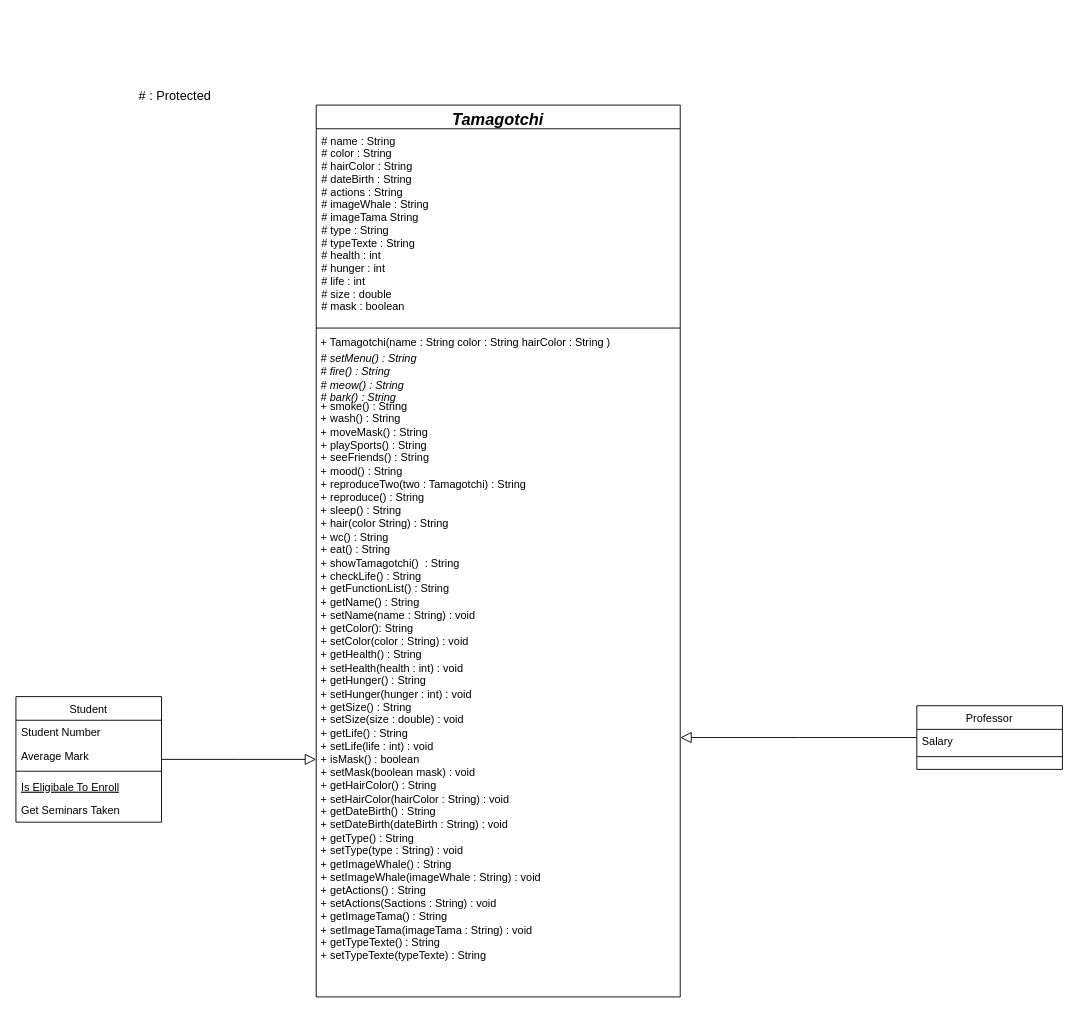
Before: Diagramme de class.drawio in Michel-Cavaud/TamamgotchiV2, a draw.io diagram. Source tidied: cells renumbered, new cells numbered last; positions are measured from the earlier drawing's top-left corner, leaving out a move shared by most shapes. Both pictures are drawn from the tidied source at 91%, with x=0, y=0 at pixel (15, 86).
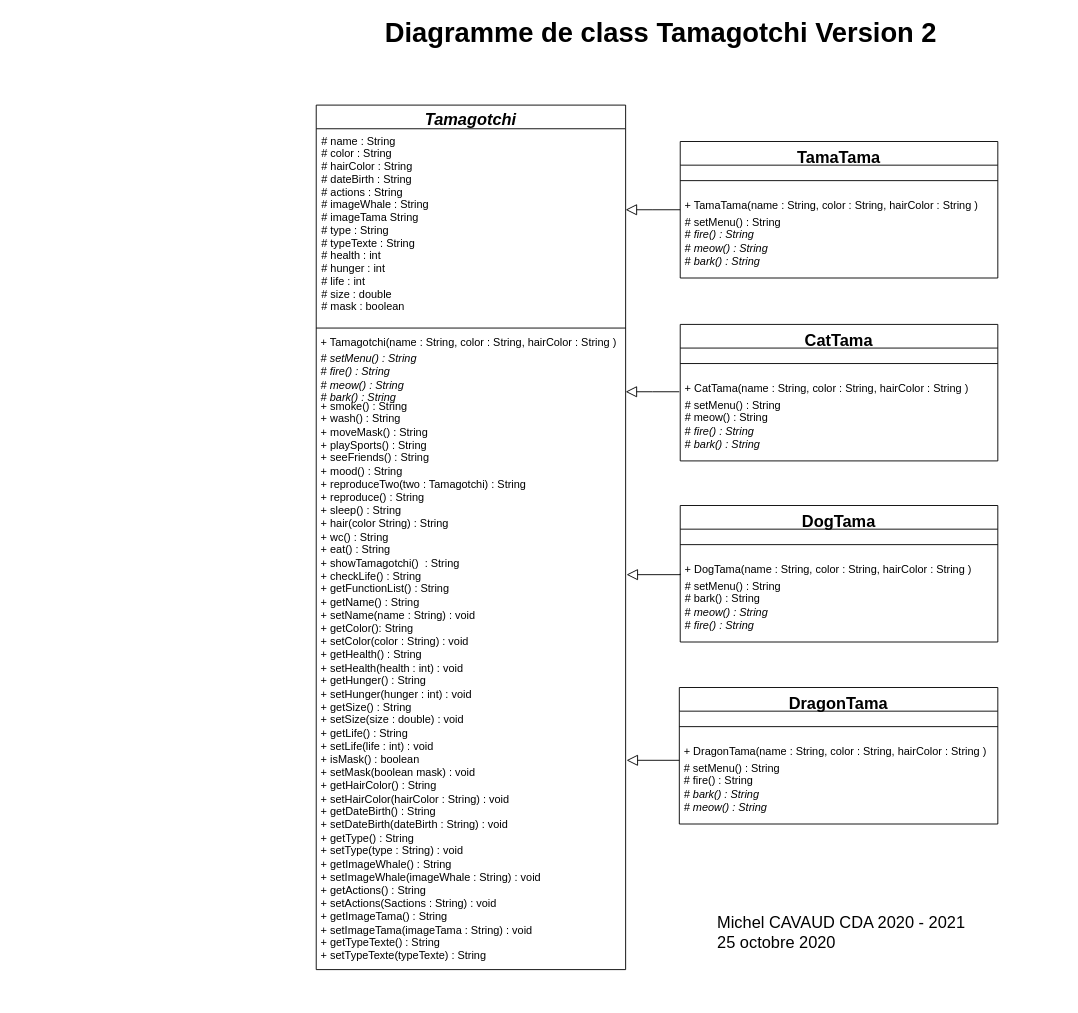
After the change.

Commit message:
1st full version of the class diagram

Diff of the diagram source:
```diff
@@
     <mxCell id="2" value="Tamagotchi" style="swimlane;fontStyle=3;align=center;verticalAlign=top;horizontal=1;startSize=26;rounded=0;shadow=0;strokeWidth=1;fontSize=18;spacing=0;" parent="1" vertex="1">
-      <mxGeometry x="330" y="20" width="400" height="980" as="geometry" />
+      <mxGeometry x="330" y="20" width="340" height="950" as="geometry" />
     </mxCell>
     <mxCell id="3" value="# name : String&#10;# color : String&#10;# hairColor : String&#10;# dateBirth : String&#10;# actions : String&#10;# imageWhale : String&#10;# imageTama String&#10;# type : String&#10;# typeTexte : String&#10;# health : int&#10;# hunger : int&#10;# life : int&#10;# size : double&#10;# mask : boolean" style="text;align=left;verticalAlign=top;spacingLeft=4;spacingRight=4;overflow=hidden;" parent="2" vertex="1">
-      <mxGeometry y="26" width="400" height="214" as="geometry" />
+      <mxGeometry y="26" width="340" height="214" as="geometry" />
     </mxCell>
     <mxCell id="4" style="line;html=1;strokeWidth=1;align=left;verticalAlign=middle;spacingTop=-1;spacingLeft=3;spacingRight=3;labelPosition=right;" parent="2" vertex="1">
-      <mxGeometry y="240" width="400" height="10" as="geometry" />
+      <mxGeometry y="240" width="340" height="10" as="geometry" />
     </mxCell>
-    <mxCell id="5" value="&lt;span style=&quot;font-size: 12px ; text-align: center&quot;&gt;&amp;nbsp;+ Tamagotchi(name : String&amp;nbsp;&lt;/span&gt;&lt;span style=&quot;font-size: 12px ; text-align: center&quot;&gt;color : String&amp;nbsp;&lt;/span&gt;&lt;span style=&quot;font-size: 12px ; text-align: center&quot;&gt;hairColor : String&amp;nbsp;&lt;/span&gt;&lt;span style=&quot;font-size: 12px ; text-align: center&quot;&gt;)&amp;nbsp;&lt;/span&gt;" style="text;html=1;strokeColor=none;fillColor=none;align=left;verticalAlign=middle;whiteSpace=wrap;rounded=0;fontSize=14;" parent="2" vertex="1">
-      <mxGeometry y="250" width="400" height="20" as="geometry" />
+    <mxCell id="5" value="&lt;span style=&quot;font-size: 12px ; text-align: center&quot;&gt;&amp;nbsp;+ Tamagotchi(name : String,&amp;nbsp;&lt;/span&gt;&lt;span style=&quot;font-size: 12px ; text-align: center&quot;&gt;color : String,&amp;nbsp;&lt;/span&gt;&lt;span style=&quot;font-size: 12px ; text-align: center&quot;&gt;hairColor : String&amp;nbsp;&lt;/span&gt;&lt;span style=&quot;font-size: 12px ; text-align: center&quot;&gt;)&amp;nbsp;&lt;/span&gt;" style="text;html=1;strokeColor=none;fillColor=none;align=left;verticalAlign=middle;whiteSpace=wrap;rounded=0;fontSize=14;" parent="2" vertex="1">
+      <mxGeometry y="250" width="340" height="20" as="geometry" />
     </mxCell>
     <mxCell id="6" value="&lt;div style=&quot;font-size: 12px&quot;&gt;&lt;i&gt;&amp;nbsp;# setMenu() : String&amp;nbsp;&lt;/i&gt;&lt;/div&gt;&lt;div style=&quot;font-size: 12px&quot;&gt;&lt;i&gt;&amp;nbsp;# fire() : String&lt;/i&gt;&lt;/div&gt;&lt;div style=&quot;font-size: 12px&quot;&gt;&lt;i&gt;&amp;nbsp;# meow() : String&lt;/i&gt;&lt;/div&gt;&lt;div style=&quot;font-size: 12px&quot;&gt;&lt;i&gt;&amp;nbsp;# bark() : String&lt;/i&gt;&lt;/div&gt;" style="text;html=1;strokeColor=none;fillColor=none;align=left;verticalAlign=middle;whiteSpace=wrap;rounded=0;fontSize=12;" parent="2" vertex="1">
-      <mxGeometry y="270" width="400" height="60" as="geometry" />
+      <mxGeometry y="270" width="340" height="60" as="geometry" />
     </mxCell>
     <mxCell id="7" value="&amp;nbsp;+&amp;nbsp;smoke() : String&lt;br&gt;&amp;nbsp;+&amp;nbsp;wash() : String&lt;br&gt;&amp;nbsp;+&amp;nbsp;moveMask() : String&lt;br&gt;&amp;nbsp;+&amp;nbsp;playSports() : String&lt;br&gt;&amp;nbsp;+&amp;nbsp;seeFriends() : String&lt;br&gt;&amp;nbsp;+&amp;nbsp;mood() : String&lt;br&gt;&amp;nbsp;+&amp;nbsp;reproduceTwo(two : Tamagotchi) : String&lt;br&gt;&amp;nbsp;+&amp;nbsp;reproduce() : String&lt;br&gt;&amp;nbsp;+&amp;nbsp;sleep() : String&lt;br&gt;&amp;nbsp;+&amp;nbsp;hair(color String) : String&lt;br&gt;&amp;nbsp;+&amp;nbsp;wc() : String&lt;br&gt;&amp;nbsp;+&amp;nbsp;eat() : String&lt;br&gt;&amp;nbsp;+&amp;nbsp;showTamagotchi()&amp;nbsp; : String&lt;br&gt;&amp;nbsp;+&amp;nbsp;checkLife() : String&lt;br&gt;&amp;nbsp;+&amp;nbsp;getFunctionList() : String&lt;br&gt;&amp;nbsp;+&amp;nbsp;getName() : String&lt;br&gt;&amp;nbsp;+&amp;nbsp;setName(name : String) : void&lt;br&gt;&amp;nbsp;+&amp;nbsp;getColor(): String&lt;br&gt;&amp;nbsp;+&amp;nbsp;setColor(color : String) : void&amp;nbsp;&lt;br&gt;&amp;nbsp;+&amp;nbsp;getHealth() : String&lt;br&gt;&amp;nbsp;+&amp;nbsp;setHealth(health : int) : void&lt;br&gt;&amp;nbsp;+&amp;nbsp;getHunger() : String&lt;br&gt;&amp;nbsp;+&amp;nbsp;setHunger(hunger : int) : void&lt;br&gt;&amp;nbsp;+&amp;nbsp;getSize() : String&lt;br&gt;&amp;nbsp;+&amp;nbsp;setSize(size : double) : void&lt;br&gt;&amp;nbsp;+&amp;nbsp;getLife() : String&lt;br&gt;&amp;nbsp;+&amp;nbsp;setLife(life : int) : void&lt;br&gt;&amp;nbsp;+&amp;nbsp;isMask() : boolean&lt;br&gt;&amp;nbsp;+&amp;nbsp;setMask(boolean mask) : void&lt;br&gt;&amp;nbsp;+&amp;nbsp;getHairColor() : String&lt;br&gt;&amp;nbsp;+ setHairColor(hairColor : String) : void&lt;br&gt;&amp;nbsp;+&amp;nbsp;getDateBirth() : String&lt;br&gt;&amp;nbsp;+&amp;nbsp;setDateBirth(dateBirth : String) : void&lt;br&gt;&amp;nbsp;+&amp;nbsp;getType() : String&lt;br&gt;&amp;nbsp;+&amp;nbsp;setType(type : String) : void&lt;br&gt;&amp;nbsp;+&amp;nbsp;getImageWhale() : String&lt;br&gt;&amp;nbsp;+&amp;nbsp;setImageWhale(imageWhale : String) : void&lt;br&gt;&amp;nbsp;+&amp;nbsp;getActions() : String&lt;br&gt;&amp;nbsp;+&amp;nbsp;setActions(Sactions : String) : void&lt;br&gt;&amp;nbsp;+&amp;nbsp;getImageTama() : String&lt;br&gt;&amp;nbsp;+&amp;nbsp;setImageTama(imageTama : String) : void&lt;br&gt;&amp;nbsp;+&amp;nbsp;getTypeTexte() : String&lt;br&gt;&amp;nbsp;+&amp;nbsp;setTypeTexte(typeTexte) : String&lt;br&gt;&amp;nbsp;" style="text;html=1;strokeColor=none;fillColor=none;align=left;verticalAlign=middle;whiteSpace=wrap;rounded=0;fontSize=12;" parent="2" vertex="1">
-      <mxGeometry y="330" width="400" height="620" as="geometry" />
+      <mxGeometry y="330" width="340" height="620" as="geometry" />
     </mxCell>
-    <mxCell id="8" value="Student" style="swimlane;fontStyle=0;align=center;verticalAlign=top;horizontal=1;startSize=26;rounded=0;shadow=0;strokeWidth=1;" parent="1" vertex="1">
-      <mxGeometry y="670" width="160" height="138" as="geometry" />
-    </mxCell>
-    <mxCell id="9" value="Student Number" style="text;align=left;verticalAlign=top;spacingLeft=4;spacingRight=4;overflow=hidden;" parent="8" vertex="1">
-      <mxGeometry y="26" width="160" height="26" as="geometry" />
-    </mxCell>
-    <mxCell id="10" value="Average Mark" style="text;align=left;verticalAlign=top;spacingLeft=4;spacingRight=4;overflow=hidden;rounded=0;shadow=0;html=0;" parent="8" vertex="1">
-      <mxGeometry y="52" width="160" height="26" as="geometry" />
-    </mxCell>
-    <mxCell id="11" style="line;html=1;strokeWidth=1;align=left;verticalAlign=middle;spacingTop=-1;spacingLeft=3;spacingRight=3;labelPosition=right;" parent="8" vertex="1">
-      <mxGeometry y="78" width="160" height="8" as="geometry" />
-    </mxCell>
-    <mxCell id="12" value="Is Eligibale To Enroll" style="text;align=left;verticalAlign=top;spacingLeft=4;spacingRight=4;overflow=hidden;fontStyle=4;" parent="8" vertex="1">
-      <mxGeometry y="86" width="160" height="26" as="geometry" />
-    </mxCell>
-    <mxCell id="13" value="Get Seminars Taken" style="text;align=left;verticalAlign=top;spacingLeft=4;spacingRight=4;overflow=hidden;" parent="8" vertex="1">
-      <mxGeometry y="112" width="160" height="26" as="geometry" />
-    </mxCell>
-    <mxCell id="14" style="endArrow=block;endSize=10;endFill=0;shadow=0;strokeWidth=1;rounded=0;edgeStyle=elbowEdgeStyle;elbow=vertical;" parent="1" edge="1" source="8" target="2">
-      <mxGeometry relative="1" as="geometry" />
-    </mxCell>
+    <mxCell id="20" style="group;" parent="1" vertex="1">
+      <mxGeometry x="729" y="261" width="350" height="150" as="geometry" />
+    </mxCell>
+    <mxCell id="21" value="CatTama" style="swimlane;fontStyle=1;align=center;verticalAlign=top;horizontal=1;startSize=26;rounded=0;shadow=0;strokeWidth=1;fontSize=18;" parent="20" vertex="1">
+      <mxGeometry x="1" width="349" height="150" as="geometry" />
+    </mxCell>
+    <mxCell id="22" style="line;html=1;strokeWidth=1;align=left;verticalAlign=middle;spacingTop=-1;spacingLeft=3;spacingRight=3;labelPosition=right;" parent="21" vertex="1">
+      <mxGeometry y="26" width="349" height="34" as="geometry" />
+    </mxCell>
+    <mxCell id="23" value="&lt;span style=&quot;font-size: 12px ; text-align: center&quot;&gt;&amp;nbsp;+ CatTama(name : String,&amp;nbsp;&lt;/span&gt;&lt;span style=&quot;font-size: 12px ; text-align: center&quot;&gt;color : String,&amp;nbsp;&lt;/span&gt;&lt;span style=&quot;font-size: 12px ; text-align: center&quot;&gt;hairColor : String&amp;nbsp;&lt;/span&gt;&lt;span style=&quot;font-size: 12px ; text-align: center&quot;&gt;)&amp;nbsp;&lt;/span&gt;" style="text;html=1;strokeColor=none;fillColor=none;align=left;verticalAlign=middle;whiteSpace=wrap;rounded=0;fontSize=14;" parent="21" vertex="1">
+      <mxGeometry y="60" width="349" height="20" as="geometry" />
+    </mxCell>
+    <mxCell id="24" value="&lt;div style=&quot;font-size: 12px&quot;&gt;&lt;i&gt;&amp;nbsp;&lt;/i&gt;# setMenu() : String&lt;/div&gt;&lt;i&gt;&amp;nbsp;&lt;/i&gt;# meow() : String&lt;div style=&quot;font-size: 12px&quot;&gt;&lt;i&gt;&amp;nbsp;# fire() : String&lt;/i&gt;&lt;br&gt;&lt;/div&gt;&lt;div style=&quot;font-size: 12px&quot;&gt;&lt;i&gt;&amp;nbsp;# bark() : String&lt;/i&gt;&lt;br&gt;&lt;/div&gt;" style="text;html=1;strokeColor=none;fillColor=none;align=left;verticalAlign=middle;whiteSpace=wrap;rounded=0;fontSize=12;" parent="21" vertex="1">
+      <mxGeometry y="80" width="349" height="60" as="geometry" />
+    </mxCell>
+    <mxCell id="25" style="endArrow=block;endSize=10;endFill=0;shadow=0;strokeWidth=1;rounded=0;edgeStyle=elbowEdgeStyle;elbow=vertical;entryX=1;entryY=0.75;entryDx=0;entryDy=0;" parent="20" edge="1" target="6">
+      <mxGeometry relative="1" as="geometry">
+        <mxPoint y="74" as="sourcePoint" />
+      </mxGeometry>
+    </mxCell>
+    <mxCell id="26" style="group;" parent="1" vertex="1">
+      <mxGeometry x="730" y="460" width="349" height="150" as="geometry" />
+    </mxCell>
+    <mxCell id="27" value="DogTama" style="swimlane;fontStyle=1;align=center;verticalAlign=top;horizontal=1;startSize=26;rounded=0;shadow=0;strokeWidth=1;fontSize=18;" parent="26" vertex="1">
+      <mxGeometry width="349" height="150" as="geometry" />
+    </mxCell>
+    <mxCell id="28" style="line;html=1;strokeWidth=1;align=left;verticalAlign=middle;spacingTop=-1;spacingLeft=3;spacingRight=3;labelPosition=right;" parent="27" vertex="1">
+      <mxGeometry y="26" width="349" height="34" as="geometry" />
+    </mxCell>
+    <mxCell id="29" value="&lt;span style=&quot;font-size: 12px ; text-align: center&quot;&gt;&amp;nbsp;+ DogTama(name : String,&amp;nbsp;&lt;/span&gt;&lt;span style=&quot;font-size: 12px ; text-align: center&quot;&gt;color : String,&amp;nbsp;&lt;/span&gt;&lt;span style=&quot;font-size: 12px ; text-align: center&quot;&gt;hairColor : String&amp;nbsp;&lt;/span&gt;&lt;span style=&quot;font-size: 12px ; text-align: center&quot;&gt;)&amp;nbsp;&lt;/span&gt;" style="text;html=1;strokeColor=none;fillColor=none;align=left;verticalAlign=middle;whiteSpace=wrap;rounded=0;fontSize=14;" parent="27" vertex="1">
+      <mxGeometry y="60" width="349" height="20" as="geometry" />
+    </mxCell>
+    <mxCell id="30" value="&lt;div style=&quot;font-size: 12px&quot;&gt;&lt;i&gt;&amp;nbsp;&lt;/i&gt;# setMenu() : String&lt;/div&gt;&lt;div style=&quot;font-size: 12px&quot;&gt;&lt;/div&gt;&lt;i&gt;&amp;nbsp;&lt;/i&gt;# bark() : String&lt;br&gt;&lt;i&gt;&amp;nbsp;# meow() : String&lt;/i&gt;&lt;div style=&quot;font-size: 12px&quot;&gt;&lt;i&gt;&amp;nbsp;# fire() : String&lt;/i&gt;&lt;/div&gt;" style="text;html=1;strokeColor=none;fillColor=none;align=left;verticalAlign=middle;whiteSpace=wrap;rounded=0;fontSize=12;" parent="27" vertex="1">
+      <mxGeometry y="80" width="349" height="60" as="geometry" />
+    </mxCell>
+    <mxCell id="31" style="endArrow=block;endSize=10;endFill=0;shadow=0;strokeWidth=1;rounded=0;edgeStyle=elbowEdgeStyle;elbow=vertical;entryX=1.003;entryY=0.3;entryDx=0;entryDy=0;exitX=0;exitY=0.75;exitDx=0;exitDy=0;entryPerimeter=0;" parent="26" edge="1" source="29" target="7">
+      <mxGeometry relative="1" as="geometry" />
+    </mxCell>
+    <mxCell id="32" style="group;" parent="1" vertex="1">
+      <mxGeometry x="730" y="60" width="349" height="150" as="geometry" />
+    </mxCell>
-    <mxCell id="15" value="Professor" style="swimlane;fontStyle=0;align=center;verticalAlign=top;horizontal=1;startSize=26;rounded=0;shadow=0;strokeWidth=1;" parent="1" vertex="1">
-      <mxGeometry x="990" y="680" width="160" height="70" as="geometry" />
+    <mxCell id="15" value="TamaTama" style="swimlane;fontStyle=1;align=center;verticalAlign=top;horizontal=1;startSize=26;rounded=0;shadow=0;strokeWidth=1;fontSize=18;" parent="32" vertex="1">
+      <mxGeometry width="349" height="150" as="geometry" />
     </mxCell>
-    <mxCell id="16" value="Salary" style="text;align=left;verticalAlign=top;spacingLeft=4;spacingRight=4;overflow=hidden;" parent="15" vertex="1">
-      <mxGeometry y="26" width="160" height="26" as="geometry" />
-    </mxCell>
     <mxCell id="17" style="line;html=1;strokeWidth=1;align=left;verticalAlign=middle;spacingTop=-1;spacingLeft=3;spacingRight=3;labelPosition=right;" parent="15" vertex="1">
-      <mxGeometry y="52" width="160" height="8" as="geometry" />
+      <mxGeometry y="26" width="349" height="34" as="geometry" />
     </mxCell>
+    <mxCell id="33" value="&lt;span style=&quot;font-size: 12px ; text-align: center&quot;&gt;&amp;nbsp;+ TamaTama(name : String,&amp;nbsp;&lt;/span&gt;&lt;span style=&quot;font-size: 12px ; text-align: center&quot;&gt;color : String,&amp;nbsp;&lt;/span&gt;&lt;span style=&quot;font-size: 12px ; text-align: center&quot;&gt;hairColor : String&amp;nbsp;&lt;/span&gt;&lt;span style=&quot;font-size: 12px ; text-align: center&quot;&gt;)&amp;nbsp;&lt;/span&gt;" style="text;html=1;strokeColor=none;fillColor=none;align=left;verticalAlign=middle;whiteSpace=wrap;rounded=0;fontSize=14;" parent="15" vertex="1">
+      <mxGeometry y="60" width="349" height="20" as="geometry" />
+    </mxCell>
+    <mxCell id="34" value="&lt;div style=&quot;font-size: 12px&quot;&gt;&lt;i&gt;&amp;nbsp;&lt;/i&gt;# setMenu() : String&amp;nbsp;&lt;/div&gt;&lt;div style=&quot;font-size: 12px&quot;&gt;&lt;i&gt;&amp;nbsp;# fire() : String&lt;/i&gt;&lt;/div&gt;&lt;div style=&quot;font-size: 12px&quot;&gt;&lt;i&gt;&amp;nbsp;# meow() : String&lt;/i&gt;&lt;/div&gt;&lt;div style=&quot;font-size: 12px&quot;&gt;&lt;i&gt;&amp;nbsp;# bark() : String&lt;/i&gt;&lt;/div&gt;" style="text;html=1;strokeColor=none;fillColor=none;align=left;verticalAlign=middle;whiteSpace=wrap;rounded=0;fontSize=12;" parent="15" vertex="1">
+      <mxGeometry y="80" width="349" height="60" as="geometry" />
+    </mxCell>
-    <mxCell id="18" style="endArrow=block;endSize=10;endFill=0;shadow=0;strokeWidth=1;rounded=0;edgeStyle=elbowEdgeStyle;elbow=vertical;" parent="1" edge="1" source="15" target="2">
+    <mxCell id="18" style="endArrow=block;endSize=10;endFill=0;shadow=0;strokeWidth=1;rounded=0;edgeStyle=elbowEdgeStyle;elbow=vertical;" parent="32" edge="1" source="15" target="2">
       <mxGeometry relative="1" as="geometry" />
     </mxCell>
-    <mxCell id="19" value="# : Protected" style="text;html=1;strokeColor=none;fillColor=none;align=center;verticalAlign=middle;whiteSpace=wrap;rounded=0;fontSize=14;" parent="1" vertex="1">
-      <mxGeometry x="120" width="110" height="20" as="geometry" />
-    </mxCell>
+    <mxCell id="35" style="group;" parent="1" vertex="1">
+      <mxGeometry x="729" y="660" width="350" height="150" as="geometry" />
+    </mxCell>
+    <mxCell id="36" value="DragonTama" style="swimlane;fontStyle=1;align=center;verticalAlign=top;horizontal=1;startSize=26;rounded=0;shadow=0;strokeWidth=1;fontSize=18;" parent="35" vertex="1">
+      <mxGeometry width="350" height="150" as="geometry" />
+    </mxCell>
+    <mxCell id="37" style="line;html=1;strokeWidth=1;align=left;verticalAlign=middle;spacingTop=-1;spacingLeft=3;spacingRight=3;labelPosition=right;" parent="36" vertex="1">
+      <mxGeometry y="26" width="350" height="34" as="geometry" />
+    </mxCell>
+    <mxCell id="38" value="&lt;span style=&quot;font-size: 12px ; text-align: center&quot;&gt;&amp;nbsp;+ DragonTama(name : String,&amp;nbsp;&lt;/span&gt;&lt;span style=&quot;font-size: 12px ; text-align: center&quot;&gt;color : String,&amp;nbsp;&lt;/span&gt;&lt;span style=&quot;font-size: 12px ; text-align: center&quot;&gt;hairColor : String&amp;nbsp;&lt;/span&gt;&lt;span style=&quot;font-size: 12px ; text-align: center&quot;&gt;)&amp;nbsp;&lt;/span&gt;" style="text;html=1;strokeColor=none;fillColor=none;align=left;verticalAlign=middle;whiteSpace=wrap;rounded=0;fontSize=14;" parent="36" vertex="1">
+      <mxGeometry y="60" width="350" height="20" as="geometry" />
+    </mxCell>
+    <mxCell id="39" value="&lt;div style=&quot;font-size: 12px&quot;&gt;&lt;i&gt;&amp;nbsp;&lt;/i&gt;# setMenu() : String&lt;/div&gt;&lt;div style=&quot;font-size: 12px&quot;&gt;&lt;i&gt;&amp;nbsp;&lt;/i&gt;# fire() : String&lt;br&gt;&lt;/div&gt;&lt;div style=&quot;font-size: 12px&quot;&gt;&lt;/div&gt;&lt;i&gt;&amp;nbsp;# bark() : String&lt;br&gt;&amp;nbsp;# meow() : String&lt;/i&gt;" style="text;html=1;strokeColor=none;fillColor=none;align=left;verticalAlign=middle;whiteSpace=wrap;rounded=0;fontSize=12;" parent="36" vertex="1">
+      <mxGeometry y="80" width="350" height="60" as="geometry" />
+    </mxCell>
+    <mxCell id="40" style="endArrow=block;endSize=10;endFill=0;shadow=0;strokeWidth=1;rounded=0;edgeStyle=elbowEdgeStyle;elbow=vertical;entryX=1.003;entryY=0.629;entryDx=0;entryDy=0;exitX=0;exitY=1;exitDx=0;exitDy=0;entryPerimeter=0;" parent="1" edge="1" source="38" target="7">
+      <mxGeometry relative="1" as="geometry" />
+    </mxCell>
+    <mxCell id="41" value="&lt;b&gt;&lt;font style=&quot;font-size: 30px&quot;&gt;Diagramme de class Tamagotchi Version 2&lt;/font&gt;&lt;/b&gt;" style="text;html=1;strokeColor=none;fillColor=none;align=center;verticalAlign=middle;whiteSpace=wrap;rounded=0;fontSize=18;" parent="1" vertex="1">
+      <mxGeometry x="329" y="-70" width="760" height="20" as="geometry" />
+    </mxCell>
+    <mxCell id="42" value="Michel CAVAUD CDA 2020 - 2021&lt;br&gt;25 octobre 2020" style="text;html=1;strokeColor=none;fillColor=none;align=left;verticalAlign=middle;whiteSpace=wrap;rounded=0;fontSize=18;" parent="1" vertex="1">
+      <mxGeometry x="769" y="920" width="310" height="20" as="geometry" />
+    </mxCell>
```
